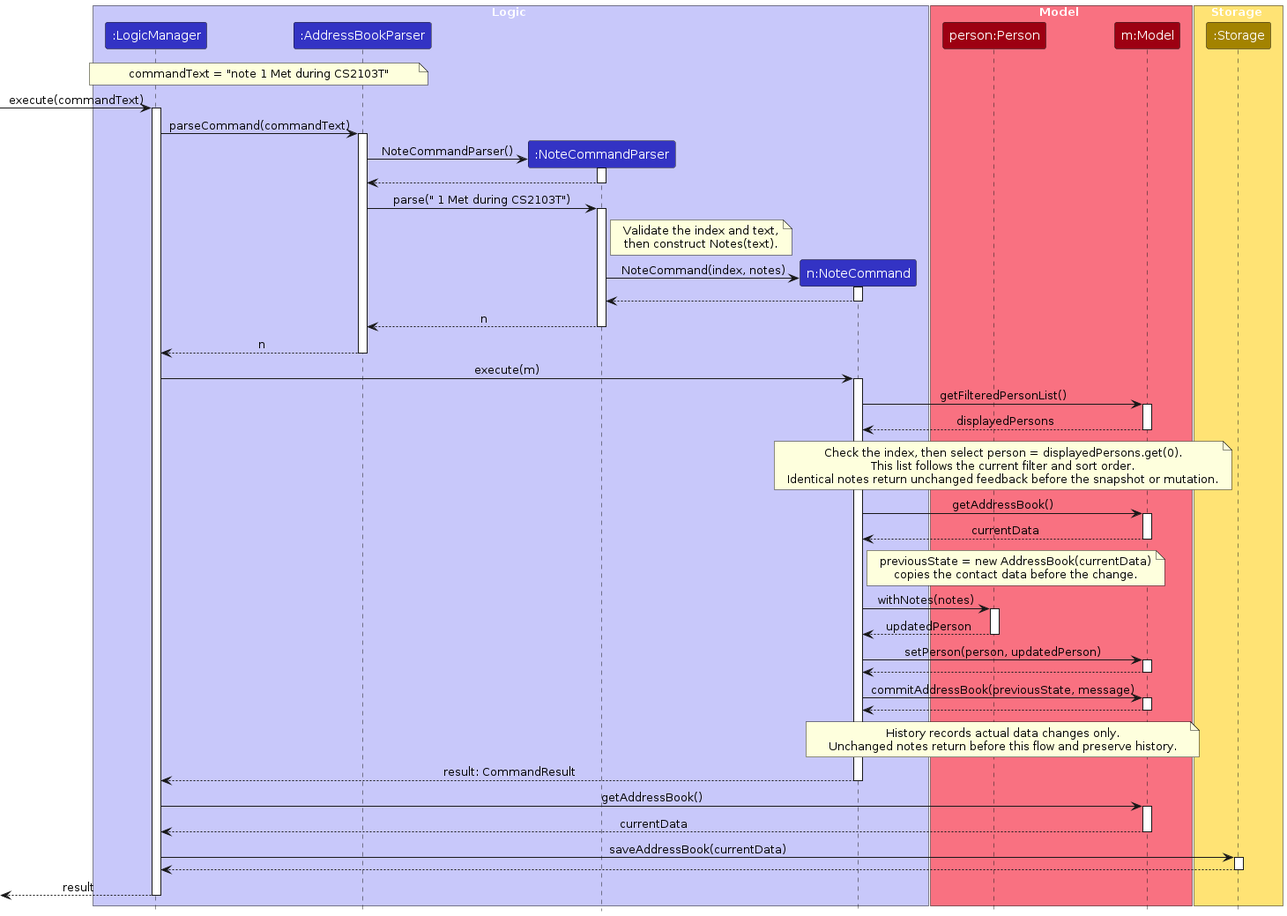
AY2627S1-CS2103T-F15-3/tp keeps this PlantUML diagram as diagrams/NoteSequenceDiagram.png. Above is the earlier version. Its source is kept beside it as diagrams/NoteSequenceDiagram.puml.
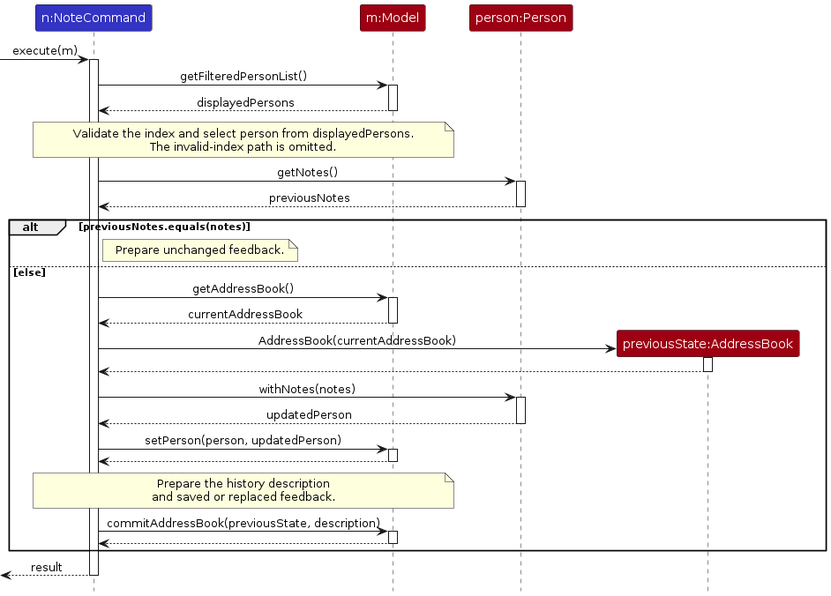
Above is the later version.

Diff of the diagram source:
```diff
@@ -2,103 +2,66 @@
 !include style.puml
 skinparam ArrowFontStyle plain
 
-box Logic LOGIC_COLOR_T1
-participant ":LogicManager" as LogicManager LOGIC_COLOR
-participant ":AddressBookParser" as AddressBookParser LOGIC_COLOR
-participant ":NoteCommandParser" as NoteCommandParser LOGIC_COLOR
 participant "n:NoteCommand" as NoteCommand LOGIC_COLOR
-end box
+participant "m:Model" as Model MODEL_COLOR
+participant "person:Person" as Person MODEL_COLOR
+participant "previousState:AddressBook" as PreviousState MODEL_COLOR
 
-box Model MODEL_COLOR_T1
-participant "person:Person" as Person MODEL_COLOR
-participant "m:Model" as Model MODEL_COLOR
-end box
+[-> NoteCommand : execute(m)
+activate NoteCommand
 
-box Storage STORAGE_COLOR_T1
-participant ":Storage" as Storage STORAGE_COLOR
-end box
-
-note over LogicManager, AddressBookParser
-  commandText = "note 1 Met during CS2103T"
-end note
-[-> LogicManager : execute(commandText)
-activate LogicManager
-
-LogicManager -> AddressBookParser : parseCommand(commandText)
-activate AddressBookParser
-
-create NoteCommandParser
-AddressBookParser -> NoteCommandParser : NoteCommandParser()
-activate NoteCommandParser
-NoteCommandParser --> AddressBookParser
-deactivate NoteCommandParser
-
-AddressBookParser -> NoteCommandParser : parse(" 1 Met during CS2103T")
-activate NoteCommandParser
-note right of NoteCommandParser
-  Validate the index and text,
-  then construct Notes(text).
-end note
-
-create NoteCommand
-NoteCommandParser -> NoteCommand : NoteCommand(index, notes)
-activate NoteCommand
-NoteCommand --> NoteCommandParser
-deactivate NoteCommand
-NoteCommandParser --> AddressBookParser : n
-deactivate NoteCommandParser
-AddressBookParser --> LogicManager : n
-deactivate AddressBookParser
-
-LogicManager -> NoteCommand : execute(m)
-activate NoteCommand
 NoteCommand -> Model : getFilteredPersonList()
 activate Model
 Model --> NoteCommand : displayedPersons
 deactivate Model
+
 note over NoteCommand, Model
-  Check the index, then select person = displayedPersons.get(0).
-  This list follows the current filter and sort order.
-  Identical notes return unchanged feedback before the snapshot or mutation.
+  Validate the index and select person from displayedPersons.
+  The invalid-index path is omitted.
 end note
 
-NoteCommand -> Model : getAddressBook()
-activate Model
-Model --> NoteCommand : currentData
-deactivate Model
-note right of NoteCommand
-  previousState = new AddressBook(currentData)
-  copies the contact data before the change.
-end note
+NoteCommand -> Person : getNotes()
+activate Person
+Person --> NoteCommand : previousNotes
+deactivate Person
 
-NoteCommand -> Person : withNotes(notes)
-activate Person
-Person --> NoteCommand : updatedPerson
-deactivate Person
-NoteCommand -> Model : setPerson(person, updatedPerson)
-activate Model
-Model --> NoteCommand
-deactivate Model
+alt previousNotes.equals(notes)
+  note right of NoteCommand
+    Prepare unchanged feedback.
+  end note
+else else
+  NoteCommand -> Model : getAddressBook()
+  activate Model
+  Model --> NoteCommand : currentAddressBook
+  deactivate Model
 
-NoteCommand -> Model : commitAddressBook(previousState, message)
-activate Model
-Model --> NoteCommand
-deactivate Model
-note over NoteCommand, Model
-  History records actual data changes only.
-  Unchanged notes return before this flow and preserve history.
-end note
+  create PreviousState
+  NoteCommand -> PreviousState : AddressBook(currentAddressBook)
+  activate PreviousState
+  PreviousState --> NoteCommand
+  deactivate PreviousState
 
-NoteCommand --> LogicManager : result: CommandResult
+  NoteCommand -> Person : withNotes(notes)
+  activate Person
+  Person --> NoteCommand : updatedPerson
+  deactivate Person
+
+  NoteCommand -> Model : setPerson(person, updatedPerson)
+  activate Model
+  Model --> NoteCommand
+  deactivate Model
+
+  note over NoteCommand, Model
+    Prepare the history description
+    and saved or replaced feedback.
+  end note
+
+  NoteCommand -> Model : commitAddressBook(previousState, description)
+  activate Model
+  Model --> NoteCommand
+  deactivate Model
+end
+
+NoteCommand -->[ : result
 deactivate NoteCommand
-LogicManager -> Model : getAddressBook()
-activate Model
-Model --> LogicManager : currentData
-deactivate Model
-LogicManager -> Storage : saveAddressBook(currentData)
-activate Storage
-Storage --> LogicManager
-deactivate Storage
-[<-- LogicManager : result
-deactivate LogicManager
 @enduml
```
